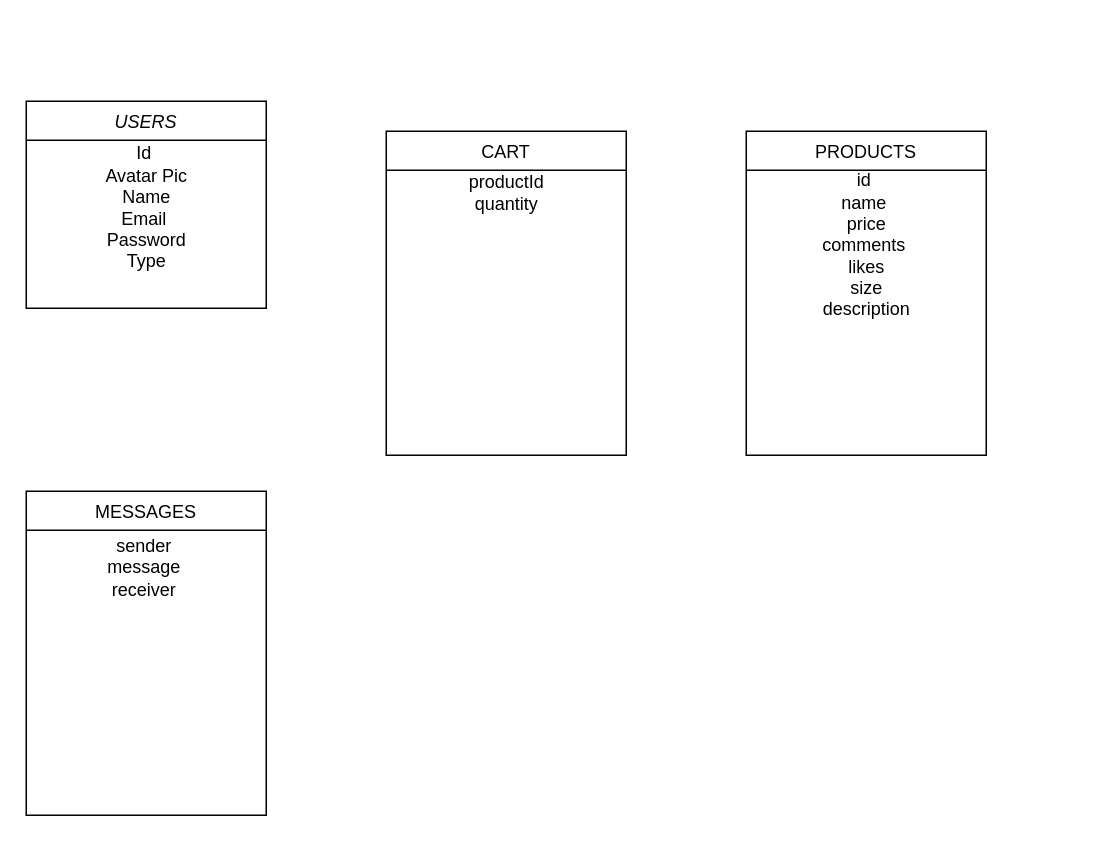
Above: reports/database_design.drawio in MarkProjs/fb-market-place (draw.io), before the change. Source tidied: cells renumbered, new cells numbered last; positions are measured from the earlier drawing's top-left corner, leaving out a move shared by most shapes. Both pictures are drawn from the tidied source at 150%, with x=0, y=0 at pixel (26, 100).
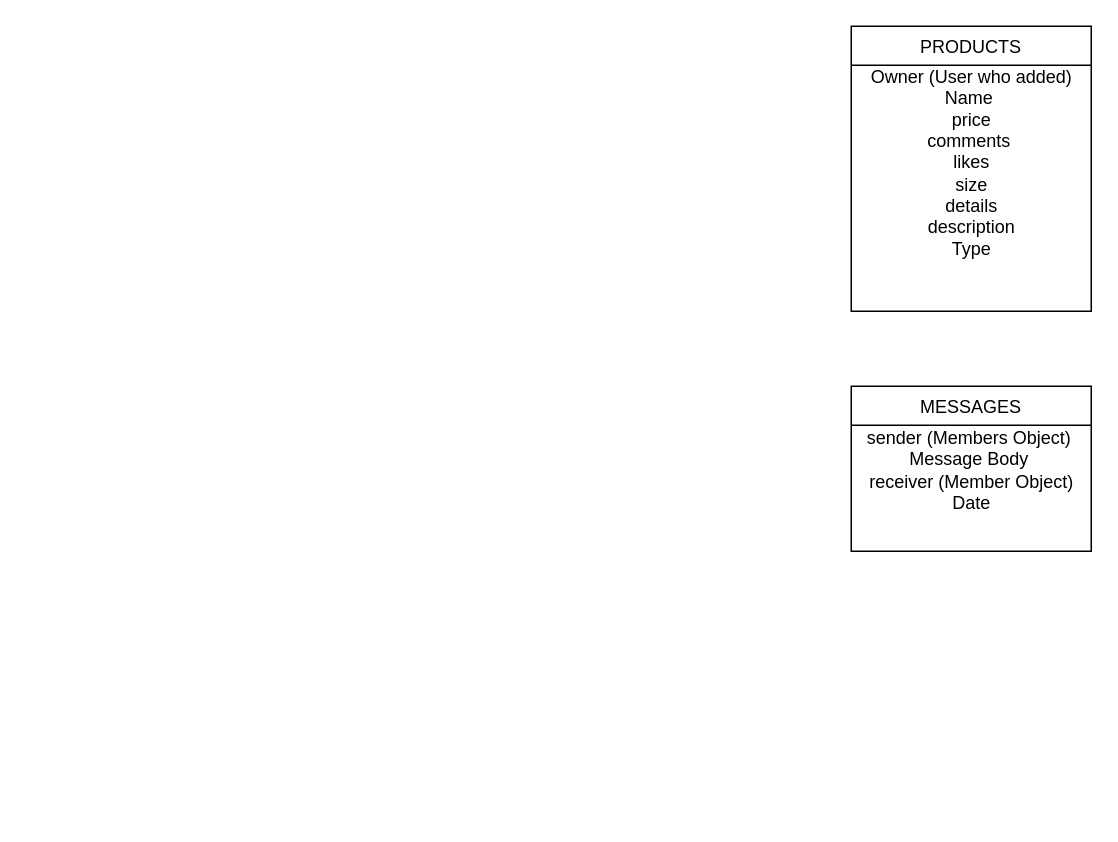
After the change.

Change to the diagram source:
```diff
@@
 <mxGraphModel>
   <root>
     <mxCell id="0" />
     <mxCell id="1" parent="0" />
-    <mxCell id="2" value="USERS" style="swimlane;fontStyle=2;align=center;verticalAlign=top;horizontal=1;startSize=26;rounded=0;shadow=0;strokeWidth=1;" parent="1" vertex="1">
-      <mxGeometry width="160" height="138" as="geometry" />
-    </mxCell>
-    <mxCell id="3" value="Id&amp;nbsp;&lt;br&gt;Avatar Pic&lt;br&gt;Name&lt;br&gt;Email&amp;nbsp;&lt;br&gt;Password&lt;br&gt;Type" style="text;html=1;align=center;verticalAlign=middle;strokeColor=none;fillColor=none;" parent="2" vertex="1">
-      <mxGeometry y="26" width="160" height="90" as="geometry" />
-    </mxCell>
     <mxCell id="4" value="PRODUCTS" style="swimlane;fontStyle=0;align=center;verticalAlign=top;horizontal=1;startSize=26;rounded=0;shadow=0;strokeWidth=1;" parent="1" vertex="1">
-      <mxGeometry x="480" y="20" width="160" height="216" as="geometry" />
+      <mxGeometry x="550" y="-50" width="160" height="190" as="geometry" />
     </mxCell>
-    <mxCell id="5" value="id&amp;nbsp;&lt;br&gt;name&amp;nbsp;&lt;br&gt;price&lt;br&gt;comments&amp;nbsp;&lt;br&gt;likes&lt;br&gt;size&lt;br&gt;description" style="text;html=1;align=center;verticalAlign=middle;strokeColor=none;fillColor=none;" parent="4" vertex="1">
-      <mxGeometry y="26" width="160" height="100" as="geometry" />
+    <mxCell id="5" value="Owner (User who added)&lt;br&gt;Name&amp;nbsp;&lt;br&gt;price&lt;br&gt;comments&amp;nbsp;&lt;br&gt;likes&lt;br&gt;size&lt;br&gt;details&lt;br&gt;description&lt;br&gt;Type" style="text;html=1;align=center;verticalAlign=middle;strokeColor=none;fillColor=none;" parent="4" vertex="1">
+      <mxGeometry y="26" width="160" height="130" as="geometry" />
     </mxCell>
-    <mxCell id="6" value="CART" style="swimlane;fontStyle=0;align=center;verticalAlign=top;horizontal=1;startSize=26;rounded=0;shadow=0;strokeWidth=1;" parent="1" vertex="1">
-      <mxGeometry x="240" y="20" width="160" height="216" as="geometry" />
-    </mxCell>
-    <mxCell id="7" value="productId&lt;br&gt;quantity" style="text;html=1;align=center;verticalAlign=middle;strokeColor=none;fillColor=none;" parent="6" vertex="1">
-      <mxGeometry y="26" width="160" height="30" as="geometry" />
-    </mxCell>
     <mxCell id="8" value="MESSAGES" style="swimlane;fontStyle=0;align=center;verticalAlign=top;horizontal=1;startSize=26;rounded=0;shadow=0;strokeWidth=1;" parent="1" vertex="1">
-      <mxGeometry y="260" width="160" height="216" as="geometry" />
+      <mxGeometry x="550" y="190" width="160" height="110" as="geometry" />
     </mxCell>
-    <mxCell id="9" value="sender&amp;nbsp;&lt;br&gt;message&amp;nbsp;&lt;br&gt;receiver&amp;nbsp;" style="text;html=1;align=center;verticalAlign=middle;strokeColor=none;fillColor=none;" parent="8" vertex="1">
-      <mxGeometry y="26" width="160" height="50" as="geometry" />
+    <mxCell id="9" value="sender (Members Object)&amp;nbsp;&lt;br&gt;Message Body&amp;nbsp;&lt;br&gt;receiver (Member Object)&lt;br&gt;Date" style="text;html=1;align=center;verticalAlign=middle;strokeColor=none;fillColor=none;" parent="8" vertex="1">
+      <mxGeometry y="26" width="160" height="60" as="geometry" />
     </mxCell>
   </root>
 </mxGraphModel>
```
